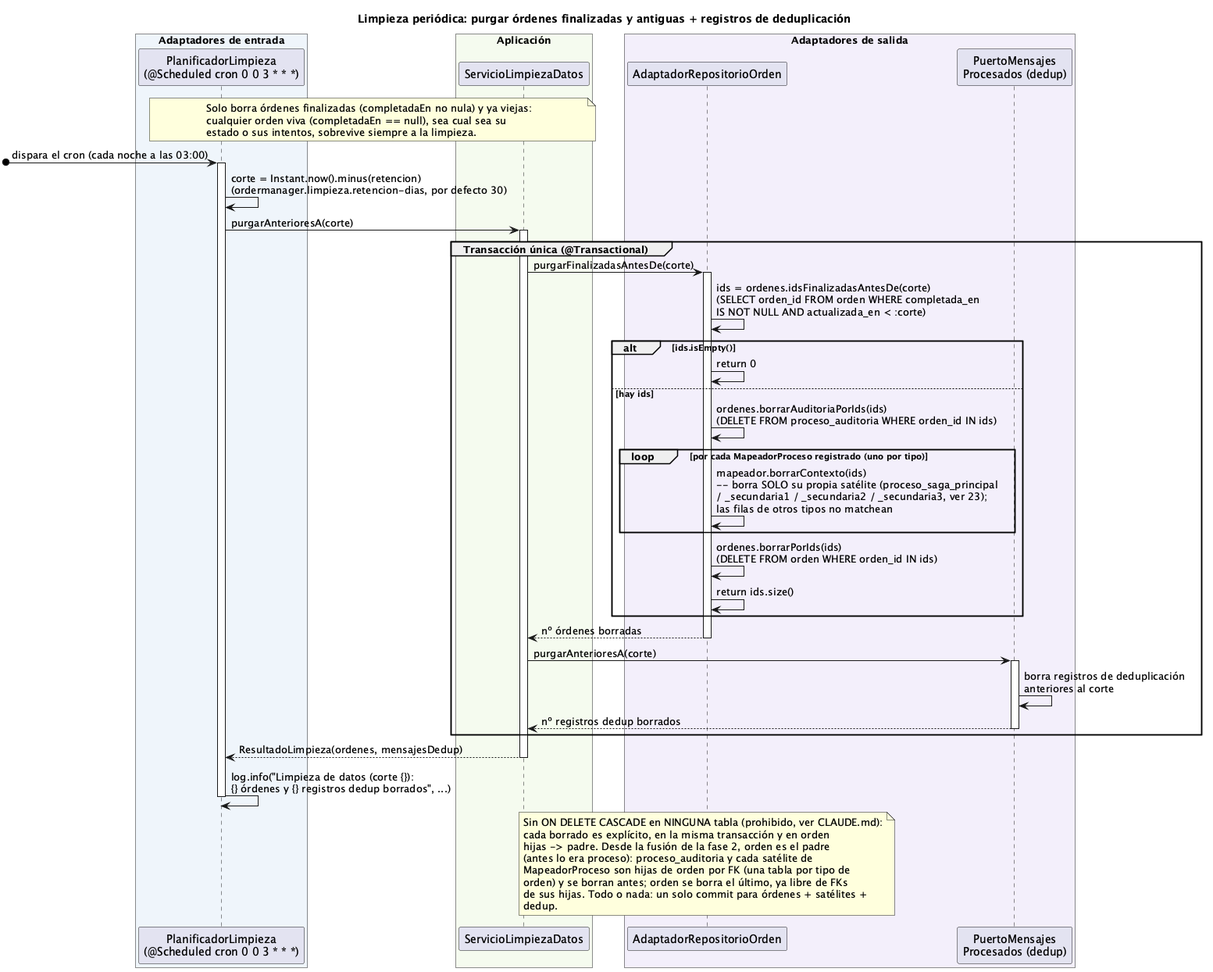
ralcazar/patrones keeps this PlantUML diagram as order-manager/docs/09-limpieza-datos.png. Above is the earlier version.
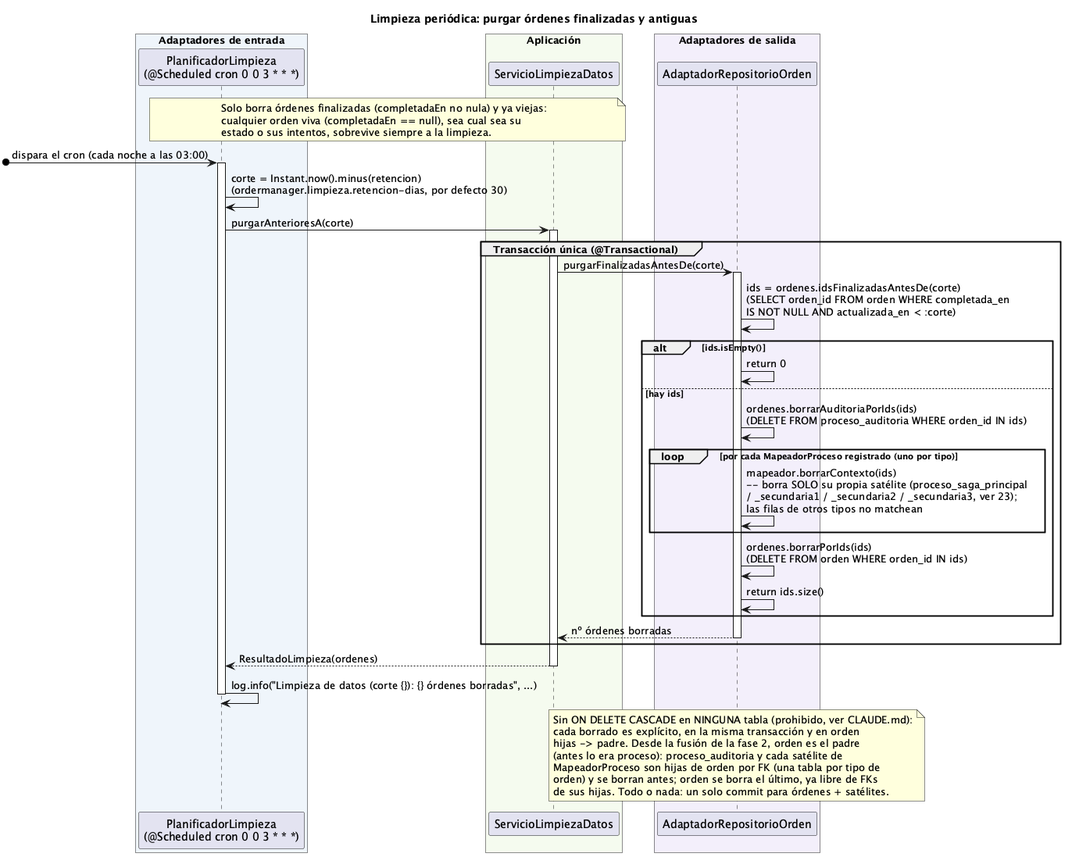
The same file after the commit.

What changed in the source:
```diff
@@ -1,5 +1,5 @@
 @startuml 09-limpieza-datos
-title Limpieza periódica: purgar órdenes finalizadas y antiguas + registros de deduplicación
+title Limpieza periódica: purgar órdenes finalizadas y antiguas
 
 box "Adaptadores de entrada" #EFF5FB
   participant "PlanificadorLimpieza\n(@Scheduled cron 0 0 3 * * *)" as PLAN
@@ -9,7 +9,6 @@
 end box
 box "Adaptadores de salida" #F3EFFB
   participant "AdaptadorRepositorioOrden" as REPO
-  participant "PuertoMensajes\nProcesados (dedup)" as DEDUP
 end box
 
 note over PLAN, LIMP
@@ -37,12 +36,9 @@
     REPO -> REPO : return ids.size()
   end
   return nº órdenes borradas
-  LIMP -> DEDUP ++ : purgarAnterioresA(corte)
-  DEDUP -> DEDUP : borra registros de deduplicación\nanteriores al corte
-  return nº registros dedup borrados
 end
-return ResultadoLimpieza(ordenes, mensajesDedup)
-PLAN -> PLAN : log.info("Limpieza de datos (corte {}):\n{} órdenes y {} registros dedup borrados", ...)
+return ResultadoLimpieza(ordenes)
+PLAN -> PLAN : log.info("Limpieza de datos (corte {}): {} órdenes borradas", ...)
 deactivate PLAN
 
 note over REPO
@@ -52,7 +48,6 @@
   (antes lo era proceso): proceso_auditoria y cada satélite de
   MapeadorProceso son hijas de orden por FK (una tabla por tipo de
   orden) y se borran antes; orden se borra el último, ya libre de FKs
-  de sus hijas. Todo o nada: un solo commit para órdenes + satélites +
-  dedup.
+  de sus hijas. Todo o nada: un solo commit para órdenes + satélites.
 end note
 @enduml
```
